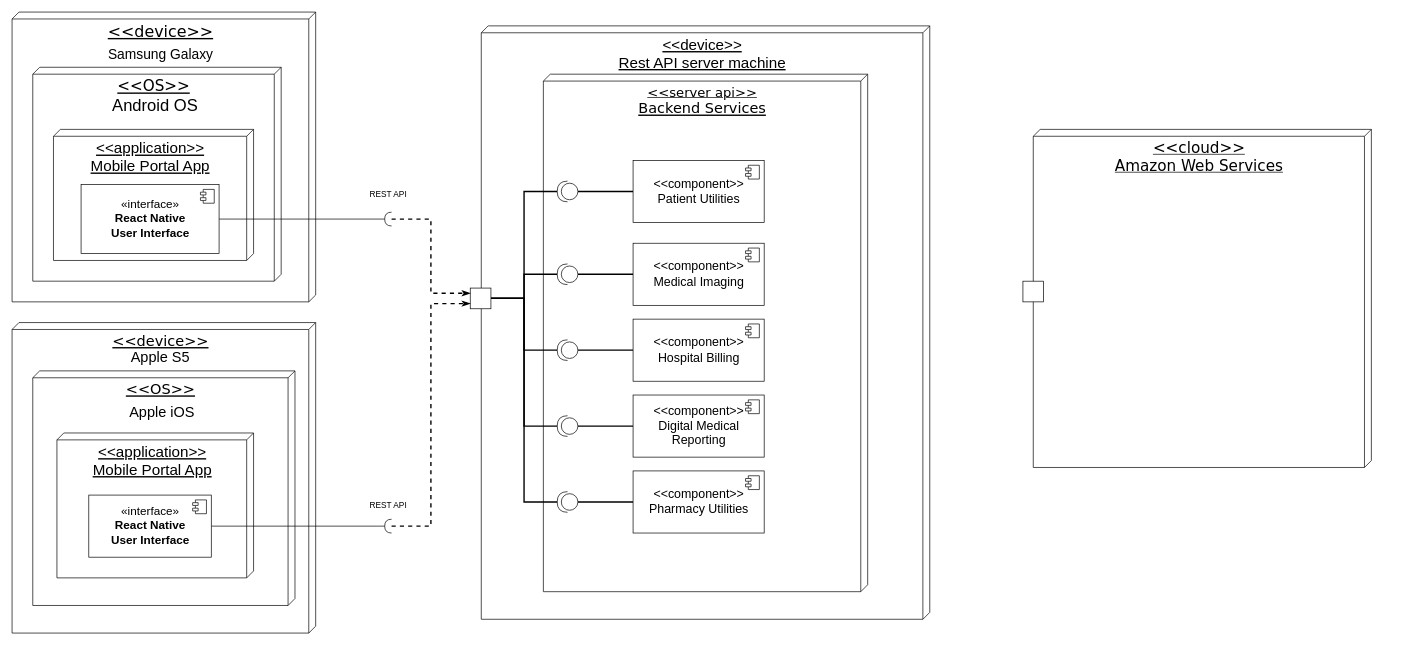
Before: testDir/Untitled Diagram.drawio in SahanChan/x, a draw.io diagram. Source tidied: cells renumbered, new cells numbered last; positions are measured from the earlier drawing's top-left corner, leaving out a move shared by most shapes. Both pictures are drawn from the tidied source at 69%, with x=0, y=0 at pixel (12, 12).
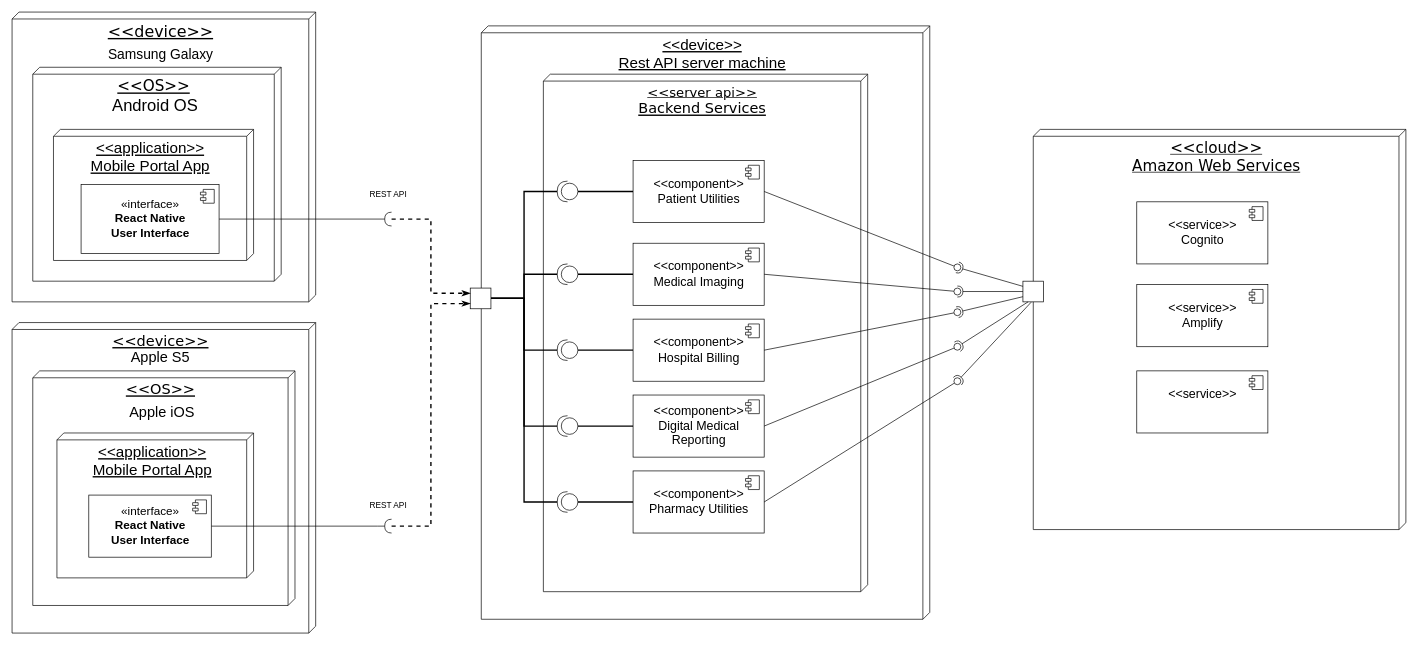
Above is the later version.

The change refers to these unchanged cells:
```xml
<mxCell id="16" value="&lt;div style=&quot;font-size: 18px&quot;&gt;&lt;font style=&quot;font-size: 18px&quot;&gt;&amp;lt;&amp;lt;component&amp;gt;&amp;gt;&lt;/font&gt;&lt;/div&gt;&lt;div style=&quot;font-size: 18px&quot;&gt;&lt;font style=&quot;font-size: 18px&quot;&gt;Patient Utilities&lt;br&gt;&lt;/font&gt;&lt;/div&gt;" style="html=1;" parent="1" vertex="1">
  <mxGeometry x="900" y="215" width="190" height="90" as="geometry" />
</mxCell>
<mxCell id="19" value="&lt;div style=&quot;font-size: 18px&quot;&gt;&lt;font style=&quot;font-size: 18px&quot;&gt;&amp;lt;&amp;lt;component&amp;gt;&amp;gt;&lt;/font&gt;&lt;/div&gt;&lt;div style=&quot;font-size: 18px&quot;&gt;&lt;font style=&quot;font-size: 18px&quot;&gt;Medical Imaging&lt;br&gt;&lt;/font&gt;&lt;/div&gt;" style="html=1;" parent="1" vertex="1">
  <mxGeometry x="900" y="335" width="190" height="90" as="geometry" />
</mxCell>
<mxCell id="22" value="&lt;div style=&quot;font-size: 18px&quot;&gt;&lt;font style=&quot;font-size: 18px&quot;&gt;&amp;lt;&amp;lt;component&amp;gt;&amp;gt;&lt;/font&gt;&lt;/div&gt;&lt;div style=&quot;font-size: 18px&quot;&gt;&lt;font style=&quot;font-size: 18px&quot;&gt;Hospital Billing&lt;br&gt;&lt;/font&gt;&lt;/div&gt;" style="html=1;" parent="1" vertex="1">
  <mxGeometry x="900" y="445" width="190" height="90" as="geometry" />
</mxCell>
<mxCell id="25" value="&lt;div style=&quot;font-size: 18px&quot;&gt;&lt;font style=&quot;font-size: 18px&quot;&gt;&amp;lt;&amp;lt;component&amp;gt;&amp;gt;&lt;/font&gt;&lt;/div&gt;&lt;div style=&quot;font-size: 18px&quot;&gt;&lt;font style=&quot;font-size: 18px&quot;&gt;Digital Medical&lt;/font&gt;&lt;/div&gt;&lt;div style=&quot;font-size: 18px&quot;&gt;&lt;font style=&quot;font-size: 18px&quot;&gt;Reporting&lt;br&gt;&lt;/font&gt;&lt;/div&gt;" style="html=1;" parent="1" vertex="1">
  <mxGeometry x="900" y="555" width="190" height="90" as="geometry" />
</mxCell>
<mxCell id="28" value="&lt;div style=&quot;font-size: 18px&quot;&gt;&lt;font style=&quot;font-size: 18px&quot;&gt;&amp;lt;&amp;lt;component&amp;gt;&amp;gt;&lt;/font&gt;&lt;/div&gt;&lt;div style=&quot;font-size: 18px&quot;&gt;&lt;font style=&quot;font-size: 18px&quot;&gt;Pharmacy Utilities&lt;br&gt;&lt;/font&gt;&lt;/div&gt;" style="html=1;" parent="1" vertex="1">
  <mxGeometry x="900" y="665" width="190" height="90" as="geometry" />
</mxCell>
<mxCell id="42" style="rounded=0;whiteSpace=wrap;html=1;" parent="1" vertex="1">
  <mxGeometry x="1465" y="390" width="30" height="30" as="geometry" />
</mxCell>
```

The edit, as a diff of the source:
```diff
@@
     <mxCell id="4" value="&lt;div align=&quot;center&quot;&gt;&lt;font style=&quot;font-size: 22px&quot;&gt;&amp;lt;&amp;lt;cloud&amp;gt;&amp;gt;&lt;/font&gt;&lt;/div&gt;&lt;div align=&quot;center&quot;&gt;&lt;font style=&quot;font-size: 22px&quot;&gt;Amazon Web Services&lt;br&gt;&lt;/font&gt;&lt;/div&gt;" style="verticalAlign=top;align=center;spacingTop=8;spacingLeft=2;spacingRight=12;shape=cube;size=10;direction=south;fontStyle=4;html=1;rounded=0;shadow=0;comic=0;labelBackgroundColor=none;strokeWidth=1;fontFamily=Verdana;fontSize=12;" parent="1" vertex="1">
-      <mxGeometry x="1480" y="170" width="490" height="490" as="geometry" />
+      <mxGeometry x="1480" y="170" width="540" height="580" as="geometry" />
     </mxCell>
@@
+    <mxCell id="54" style="rounded=0;jettySize=auto;html=1;endArrow=none;endFill=0;exitX=1;exitY=0.5;exitDx=0;exitDy=0;" parent="1" edge="1" source="16" target="56">
+      <mxGeometry relative="1" as="geometry" />
+    </mxCell>
+    <mxCell id="55" style="rounded=0;jettySize=auto;html=1;endArrow=halfCircle;endFill=0;entryX=0.5;entryY=0.5;entryDx=0;entryDy=0;endSize=6;strokeWidth=1;exitX=0;exitY=0.25;exitDx=0;exitDy=0;" parent="1" edge="1" source="42" target="56">
+      <mxGeometry relative="1" as="geometry" />
+    </mxCell>
+    <mxCell id="56" style="ellipse;whiteSpace=wrap;html=1;fontFamily=Helvetica;fontSize=12;fontColor=#000000;align=center;strokeColor=#000000;fillColor=#ffffff;points=[];perimeterSpacing=0;" parent="1" vertex="1">
+      <mxGeometry x="1365" y="365" width="10" height="10" as="geometry" />
+    </mxCell>
+    <mxCell id="57" style="rounded=0;jettySize=auto;html=1;endArrow=none;endFill=0;exitX=1;exitY=0.5;exitDx=0;exitDy=0;" parent="1" edge="1" source="19" target="59">
+      <mxGeometry relative="1" as="geometry" />
+    </mxCell>
+    <mxCell id="58" style="rounded=0;jettySize=auto;html=1;endArrow=halfCircle;endFill=0;entryX=0.5;entryY=0.5;entryDx=0;entryDy=0;endSize=6;strokeWidth=1;exitX=0;exitY=0.5;exitDx=0;exitDy=0;" parent="1" edge="1" source="42" target="59">
+      <mxGeometry relative="1" as="geometry" />
+    </mxCell>
+    <mxCell id="59" style="ellipse;whiteSpace=wrap;html=1;fontFamily=Helvetica;fontSize=12;fontColor=#000000;align=center;strokeColor=#000000;fillColor=#ffffff;points=[];perimeterSpacing=0;" parent="1" vertex="1">
+      <mxGeometry x="1365" y="400" width="10" height="10" as="geometry" />
+    </mxCell>
+    <mxCell id="60" style="rounded=0;jettySize=auto;html=1;endArrow=none;endFill=0;exitX=1;exitY=0.5;exitDx=0;exitDy=0;" parent="1" edge="1" source="22" target="62">
+      <mxGeometry relative="1" as="geometry" />
+    </mxCell>
+    <mxCell id="61" style="rounded=0;jettySize=auto;html=1;endArrow=halfCircle;endFill=0;entryX=0.5;entryY=0.5;entryDx=0;entryDy=0;endSize=6;strokeWidth=1;exitX=0;exitY=0.75;exitDx=0;exitDy=0;" parent="1" edge="1" source="42" target="62">
+      <mxGeometry relative="1" as="geometry" />
+    </mxCell>
+    <mxCell id="62" style="ellipse;whiteSpace=wrap;html=1;fontFamily=Helvetica;fontSize=12;fontColor=#000000;align=center;strokeColor=#000000;fillColor=#ffffff;points=[];perimeterSpacing=0;" parent="1" vertex="1">
+      <mxGeometry x="1365" y="430" width="10" height="10" as="geometry" />
+    </mxCell>
+    <mxCell id="63" style="rounded=0;jettySize=auto;html=1;endArrow=none;endFill=0;exitX=1;exitY=0.5;exitDx=0;exitDy=0;" parent="1" edge="1" source="25" target="65">
+      <mxGeometry relative="1" as="geometry" />
+    </mxCell>
+    <mxCell id="64" style="rounded=0;jettySize=auto;html=1;endArrow=halfCircle;endFill=0;entryX=0.5;entryY=0.5;entryDx=0;entryDy=0;endSize=6;strokeWidth=1;exitX=0.25;exitY=1;exitDx=0;exitDy=0;" parent="1" edge="1" source="42" target="65">
+      <mxGeometry relative="1" as="geometry" />
+    </mxCell>
+    <mxCell id="65" style="ellipse;whiteSpace=wrap;html=1;fontFamily=Helvetica;fontSize=12;fontColor=#000000;align=center;strokeColor=#000000;fillColor=#ffffff;points=[];perimeterSpacing=0;" parent="1" vertex="1">
+      <mxGeometry x="1365" y="480" width="10" height="10" as="geometry" />
+    </mxCell>
+    <mxCell id="66" style="rounded=0;jettySize=auto;html=1;endArrow=none;endFill=0;exitX=1;exitY=0.5;exitDx=0;exitDy=0;" parent="1" edge="1" source="28" target="68">
+      <mxGeometry relative="1" as="geometry" />
+    </mxCell>
+    <mxCell id="67" style="rounded=0;jettySize=auto;html=1;endArrow=halfCircle;endFill=0;entryX=0.5;entryY=0.5;entryDx=0;entryDy=0;endSize=6;strokeWidth=1;exitX=0.398;exitY=1.016;exitDx=0;exitDy=0;exitPerimeter=0;" parent="1" edge="1" source="42" target="68">
+      <mxGeometry relative="1" as="geometry" />
+    </mxCell>
+    <mxCell id="68" style="ellipse;whiteSpace=wrap;html=1;fontFamily=Helvetica;fontSize=12;fontColor=#000000;align=center;strokeColor=#000000;fillColor=#ffffff;points=[];perimeterSpacing=0;" parent="1" vertex="1">
+      <mxGeometry x="1365" y="530" width="10" height="10" as="geometry" />
+    </mxCell>
+    <mxCell id="69" value="&lt;div style=&quot;font-size: 18px&quot;&gt;&lt;font style=&quot;font-size: 18px&quot;&gt;&amp;lt;&amp;lt;service&amp;gt;&amp;gt;&lt;/font&gt;&lt;/div&gt;&lt;div style=&quot;font-size: 18px&quot;&gt;&lt;font style=&quot;font-size: 18px&quot;&gt;Cognito&lt;br&gt;&lt;/font&gt;&lt;/div&gt;" style="html=1;" parent="1" vertex="1">
+      <mxGeometry x="1630" y="275" width="190" height="90" as="geometry" />
+    </mxCell>
+    <mxCell id="70" style="shape=module;jettyWidth=8;jettyHeight=4;" parent="69" vertex="1">
+      <mxGeometry x="1" width="20" height="20" relative="1" as="geometry">
+        <mxPoint x="-27" y="7" as="offset" />
+      </mxGeometry>
+    </mxCell>
+    <mxCell id="71" value="&lt;div style=&quot;font-size: 18px&quot;&gt;&lt;font style=&quot;font-size: 18px&quot;&gt;&amp;lt;&amp;lt;service&amp;gt;&amp;gt;&lt;/font&gt;&lt;/div&gt;&lt;div style=&quot;font-size: 18px&quot;&gt;&lt;font style=&quot;font-size: 18px&quot;&gt;Amplify&lt;br&gt;&lt;/font&gt;&lt;/div&gt;" style="html=1;" parent="1" vertex="1">
+      <mxGeometry x="1630" y="395" width="190" height="90" as="geometry" />
+    </mxCell>
+    <mxCell id="72" style="shape=module;jettyWidth=8;jettyHeight=4;" parent="71" vertex="1">
+      <mxGeometry x="1" width="20" height="20" relative="1" as="geometry">
+        <mxPoint x="-27" y="7" as="offset" />
+      </mxGeometry>
+    </mxCell>
+    <mxCell id="73" value="&lt;div style=&quot;font-size: 18px&quot;&gt;&lt;font style=&quot;font-size: 18px&quot;&gt;&amp;lt;&amp;lt;service&amp;gt;&amp;gt;&lt;/font&gt;&lt;/div&gt;&lt;div style=&quot;font-size: 18px&quot;&gt;&lt;font style=&quot;font-size: 18px&quot;&gt;&lt;br&gt;&lt;/font&gt;&lt;/div&gt;" style="html=1;" parent="1" vertex="1">
+      <mxGeometry x="1630" y="520" width="190" height="90" as="geometry" />
+    </mxCell>
+    <mxCell id="74" style="shape=module;jettyWidth=8;jettyHeight=4;" parent="73" vertex="1">
+      <mxGeometry x="1" width="20" height="20" relative="1" as="geometry">
+        <mxPoint x="-27" y="7" as="offset" />
+      </mxGeometry>
+    </mxCell>
```
